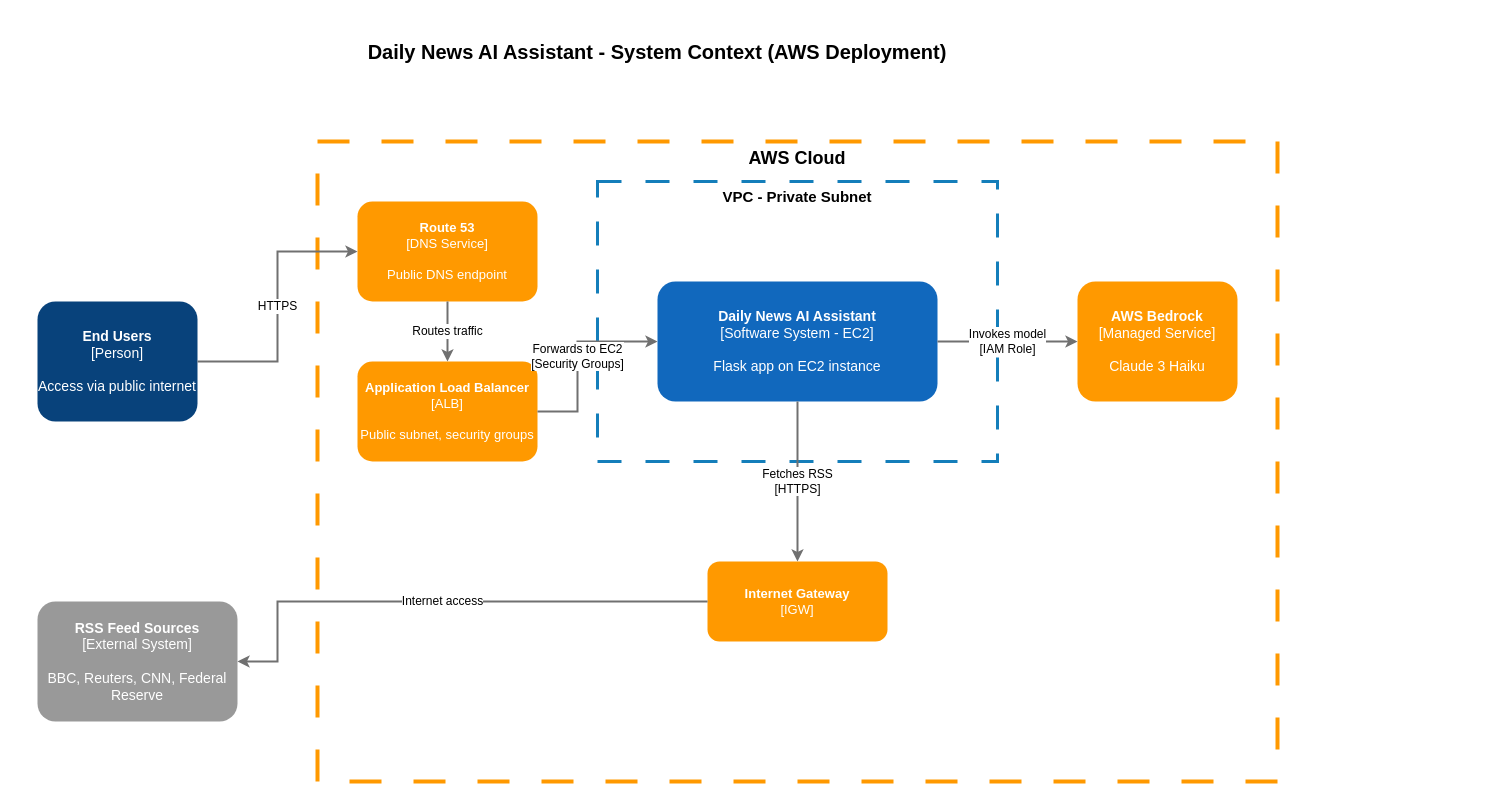
Above: c4-level1-context.drawio in tjblavakumar/RSS_Summarizer (draw.io), before the change. Source tidied: cells renumbered, new cells numbered last; positions are measured from the earlier drawing's top-left corner, leaving out a move shared by most shapes. Both pictures are drawn from the tidied source at 100%, with x=0, y=0 at pixel (37, 31).
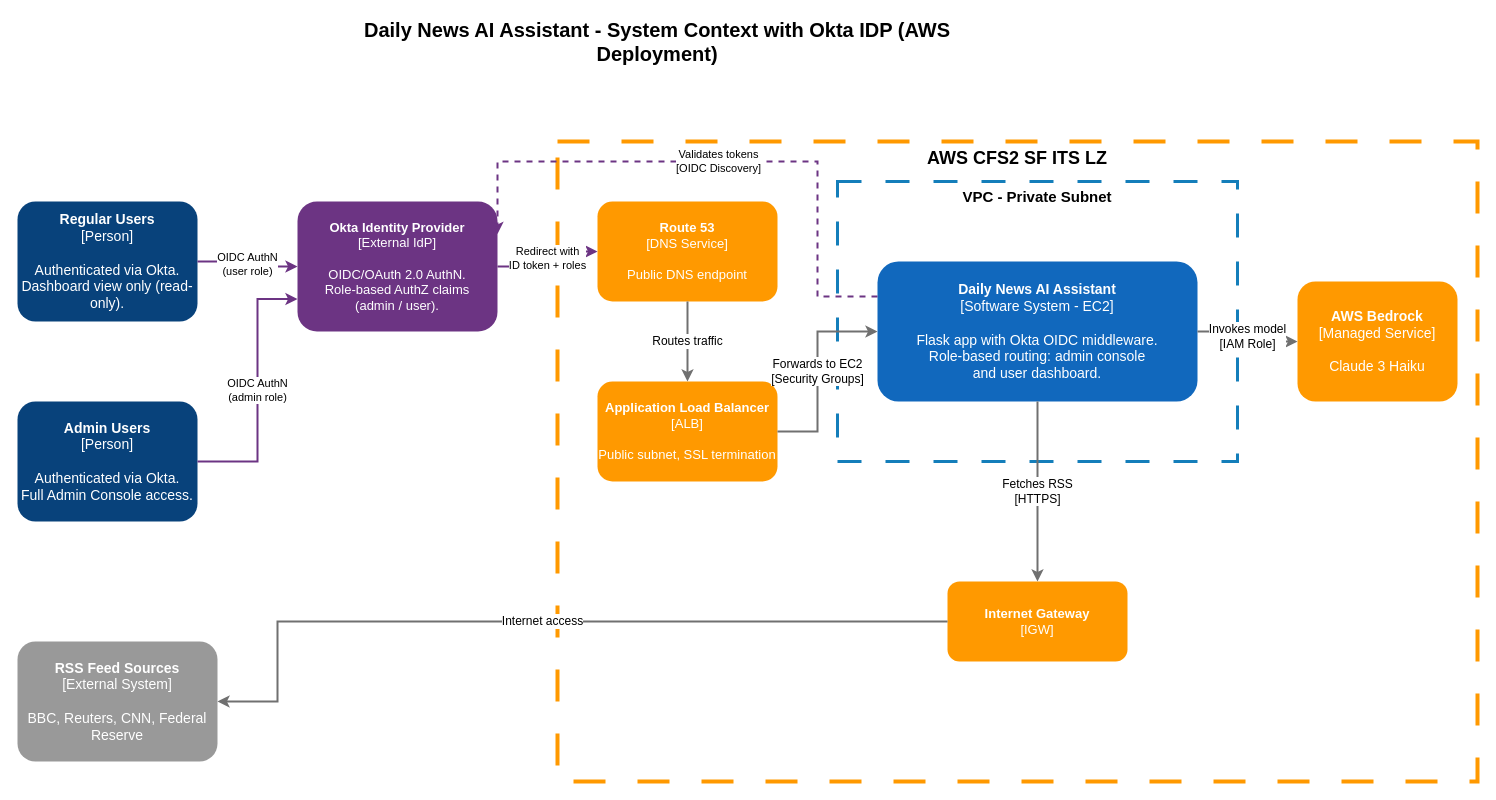
The same page after the edit.

Commit message (it also covers changes not shown here):
Update C4 diagrams with Okta IDP integration and add speaker notes

Diff of the diagram source:
```diff
@@
-    <mxCell id="2" value="Daily News AI Assistant - System Context (AWS Deployment)" style="text;html=1;strokeColor=none;fillColor=none;align=center;verticalAlign=middle;whiteSpace=wrap;fontSize=20;fontStyle=1;" parent="1" vertex="1">
-      <mxGeometry x="320" width="600" height="40" as="geometry" />
+    <mxCell id="2" value="Daily News AI Assistant - System Context with Okta IDP (AWS Deployment)" style="text;html=1;strokeColor=none;fillColor=none;align=center;verticalAlign=middle;whiteSpace=wrap;fontSize=20;fontStyle=1;" parent="1" vertex="1">
+      <mxGeometry x="270" y="-10" width="700" height="40" as="geometry" />
     </mxCell>
-    <mxCell id="3" value="&lt;b&gt;End Users&lt;/b&gt;&lt;br&gt;[Person]&lt;br&gt;&lt;br&gt;Access via public internet" style="rounded=1;whiteSpace=wrap;html=1;fillColor=#08427B;strokeColor=none;fontColor=#FFFFFF;fontSize=14;" parent="1" vertex="1">
-      <mxGeometry y="270" width="160" height="120" as="geometry" />
-    </mxCell>
+    <mxCell id="18" value="&lt;b&gt;Regular Users&lt;/b&gt;&lt;br&gt;[Person]&lt;br&gt;&lt;br&gt;Authenticated via Okta.&lt;br&gt;Dashboard view only (read-only)." style="rounded=1;whiteSpace=wrap;html=1;fillColor=#08427B;strokeColor=none;fontColor=#FFFFFF;fontSize=14;" parent="1" vertex="1">
+      <mxGeometry x="-20" y="170" width="180" height="120" as="geometry" />
+    </mxCell>
+    <mxCell id="19" value="&lt;b&gt;Admin Users&lt;/b&gt;&lt;br&gt;[Person]&lt;br&gt;&lt;br&gt;Authenticated via Okta.&lt;br&gt;Full Admin Console access." style="rounded=1;whiteSpace=wrap;html=1;fillColor=#08427B;strokeColor=none;fontColor=#FFFFFF;fontSize=14;" parent="1" vertex="1">
+      <mxGeometry x="-20" y="370" width="180" height="120" as="geometry" />
+    </mxCell>
+    <mxCell id="20" value="&lt;b&gt;Okta Identity Provider&lt;/b&gt;&lt;br&gt;[External IdP]&lt;br&gt;&lt;br&gt;OIDC/OAuth 2.0 AuthN.&lt;br&gt;Role-based AuthZ claims&lt;br&gt;(admin / user)." style="rounded=1;whiteSpace=wrap;html=1;fillColor=#6C3483;strokeColor=none;fontColor=#FFFFFF;fontSize=13;" parent="1" vertex="1">
+      <mxGeometry x="260" y="170" width="200" height="130" as="geometry" />
+    </mxCell>
     <mxCell id="4" value="&lt;b&gt;RSS Feed Sources&lt;/b&gt;&lt;br&gt;[External System]&lt;br&gt;&lt;br&gt;BBC, Reuters, CNN, Federal Reserve" style="rounded=1;whiteSpace=wrap;html=1;fillColor=#999999;strokeColor=none;fontColor=#FFFFFF;fontSize=14;" parent="1" vertex="1">
-      <mxGeometry y="570" width="200" height="120" as="geometry" />
+      <mxGeometry x="-20" y="610" width="200" height="120" as="geometry" />
     </mxCell>
-    <mxCell id="5" value="AWS Cloud" style="rounded=0;whiteSpace=wrap;html=1;fillColor=none;strokeColor=#FF9900;strokeWidth=4;verticalAlign=top;fontSize=18;fontStyle=1;dashed=1;dashPattern=8 8;" parent="1" vertex="1">
-      <mxGeometry x="280" y="110" width="960" height="640" as="geometry" />
+    <mxCell id="5" value="AWS CFS2 SF ITS LZ" style="rounded=0;whiteSpace=wrap;html=1;fillColor=none;strokeColor=#FF9900;strokeWidth=4;verticalAlign=top;fontSize=18;fontStyle=1;dashed=1;dashPattern=8 8;" parent="1" vertex="1">
+      <mxGeometry x="520" y="110" width="920" height="640" as="geometry" />
     </mxCell>
     <mxCell id="6" value="&lt;b&gt;Route 53&lt;/b&gt;&lt;br&gt;[DNS Service]&lt;br&gt;&lt;br&gt;Public DNS endpoint" style="rounded=1;whiteSpace=wrap;html=1;fillColor=#FF9900;strokeColor=none;fontColor=#FFFFFF;fontSize=13;" parent="1" vertex="1">
-      <mxGeometry x="320" y="170" width="180" height="100" as="geometry" />
+      <mxGeometry x="560" y="170" width="180" height="100" as="geometry" />
     </mxCell>
-    <mxCell id="7" value="&lt;b&gt;Application Load Balancer&lt;/b&gt;&lt;br&gt;[ALB]&lt;br&gt;&lt;br&gt;Public subnet, security groups" style="rounded=1;whiteSpace=wrap;html=1;fillColor=#FF9900;strokeColor=none;fontColor=#FFFFFF;fontSize=13;" parent="1" vertex="1">
-      <mxGeometry x="320" y="330" width="180" height="100" as="geometry" />
+    <mxCell id="7" value="&lt;b&gt;Application Load Balancer&lt;/b&gt;&lt;br&gt;[ALB]&lt;br&gt;&lt;br&gt;Public subnet, SSL termination" style="rounded=1;whiteSpace=wrap;html=1;fillColor=#FF9900;strokeColor=none;fontColor=#FFFFFF;fontSize=13;" parent="1" vertex="1">
+      <mxGeometry x="560" y="350" width="180" height="100" as="geometry" />
     </mxCell>
     <mxCell id="8" value="VPC - Private Subnet" style="rounded=0;whiteSpace=wrap;html=1;fillColor=none;strokeColor=#147EBA;strokeWidth=3;verticalAlign=top;fontSize=15;fontStyle=1;dashed=1;dashPattern=8 8;" parent="1" vertex="1">
-      <mxGeometry x="560" y="150" width="400" height="280" as="geometry" />
+      <mxGeometry x="800" y="150" width="400" height="280" as="geometry" />
     </mxCell>
-    <mxCell id="9" value="&lt;b&gt;Daily News AI Assistant&lt;/b&gt;&lt;br&gt;[Software System - EC2]&lt;br&gt;&lt;br&gt;Flask app on EC2 instance" style="rounded=1;whiteSpace=wrap;html=1;fillColor=#1168BD;strokeColor=none;fontColor=#FFFFFF;fontSize=14;" parent="1" vertex="1">
-      <mxGeometry x="620" y="250" width="280" height="120" as="geometry" />
+    <mxCell id="9" value="&lt;b&gt;Daily News AI Assistant&lt;/b&gt;&lt;br&gt;[Software System - EC2]&lt;br&gt;&lt;br&gt;Flask app with Okta OIDC middleware.&lt;br&gt;Role-based routing: admin console&lt;br&gt;and user dashboard." style="rounded=1;whiteSpace=wrap;html=1;fillColor=#1168BD;strokeColor=none;fontColor=#FFFFFF;fontSize=14;" parent="1" vertex="1">
+      <mxGeometry x="840" y="230" width="320" height="140" as="geometry" />
     </mxCell>
     <mxCell id="10" value="&lt;b&gt;Internet Gateway&lt;/b&gt;&lt;br&gt;[IGW]" style="rounded=1;whiteSpace=wrap;html=1;fillColor=#FF9900;strokeColor=none;fontColor=#FFFFFF;fontSize=13;" parent="1" vertex="1">
-      <mxGeometry x="670" y="530" width="180" height="80" as="geometry" />
+      <mxGeometry x="910" y="550" width="180" height="80" as="geometry" />
     </mxCell>
     <mxCell id="11" value="&lt;b&gt;AWS Bedrock&lt;/b&gt;&lt;br&gt;[Managed Service]&lt;br&gt;&lt;br&gt;Claude 3 Haiku" style="rounded=1;whiteSpace=wrap;html=1;fillColor=#FF9900;strokeColor=none;fontColor=#FFFFFF;fontSize=14;" parent="1" vertex="1">
-      <mxGeometry x="1040" y="250" width="160" height="120" as="geometry" />
+      <mxGeometry x="1260" y="250" width="160" height="120" as="geometry" />
     </mxCell>
-    <mxCell id="12" value="HTTPS" style="edgeStyle=orthogonalEdgeStyle;rounded=0;jettySize=auto;html=1;exitX=1;exitY=0.5;entryX=0;entryY=0.5;fontSize=12;startArrow=none;startFill=0;endArrow=classic;endFill=1;strokeWidth=2;strokeColor=#707070;" parent="1" edge="1" source="3" target="6">
-      <mxGeometry relative="1" as="geometry">
-        <Array as="points">
-          <mxPoint x="240" y="330" />
-          <mxPoint x="240" y="220" />
-        </Array>
-      </mxGeometry>
-    </mxCell>
+    <mxCell id="21" value="OIDC AuthN&#10;(user role)" style="edgeStyle=orthogonalEdgeStyle;rounded=0;jettySize=auto;html=1;exitX=1;exitY=0.5;entryX=0;entryY=0.5;fontSize=11;startArrow=none;startFill=0;endArrow=classic;endFill=1;strokeWidth=2;strokeColor=#6C3483;" parent="1" edge="1" source="18" target="20">
+      <mxGeometry relative="1" as="geometry" />
+    </mxCell>
+    <mxCell id="22" value="OIDC AuthN&#10;(admin role)" style="edgeStyle=orthogonalEdgeStyle;rounded=0;jettySize=auto;html=1;exitX=1;exitY=0.5;entryX=0;entryY=0.75;fontSize=11;startArrow=none;startFill=0;endArrow=classic;endFill=1;strokeWidth=2;strokeColor=#6C3483;" parent="1" edge="1" source="19" target="20">
+      <mxGeometry relative="1" as="geometry">
+        <Array as="points">
+          <mxPoint x="220" y="430" />
+          <mxPoint x="220" y="268" />
+        </Array>
+      </mxGeometry>
+    </mxCell>
+    <mxCell id="23" value="Redirect with&#10;ID token + roles" style="edgeStyle=orthogonalEdgeStyle;rounded=0;jettySize=auto;html=1;exitX=1;exitY=0.5;entryX=0;entryY=0.5;fontSize=11;startArrow=none;startFill=0;endArrow=classic;endFill=1;strokeWidth=2;strokeColor=#6C3483;" parent="1" edge="1" source="20" target="6">
+      <mxGeometry relative="1" as="geometry" />
+    </mxCell>
@@
     <mxCell id="14" value="Forwards to EC2&lt;br&gt;[Security Groups]" style="edgeStyle=orthogonalEdgeStyle;rounded=0;jettySize=auto;html=1;exitX=1;exitY=0.5;entryX=0;entryY=0.5;fontSize=12;startArrow=none;startFill=0;endArrow=classic;endFill=1;strokeWidth=2;strokeColor=#707070;" parent="1" edge="1" source="7" target="9">
       <mxGeometry relative="1" as="geometry">
         <Array as="points">
-          <mxPoint x="540" y="380" />
-          <mxPoint x="540" y="310" />
+          <mxPoint x="780" y="400" />
+          <mxPoint x="780" y="300" />
         </Array>
       </mxGeometry>
     </mxCell>
@@
     <mxCell id="16" value="Fetches RSS&lt;br&gt;[HTTPS]" style="edgeStyle=orthogonalEdgeStyle;rounded=0;jettySize=auto;html=1;exitX=0.5;exitY=1;entryX=0.5;entryY=0;fontSize=12;startArrow=none;startFill=0;endArrow=classic;endFill=1;strokeWidth=2;strokeColor=#707070;" parent="1" edge="1" source="9" target="10">
-      <mxGeometry relative="1" as="geometry">
-        <Array as="points">
-          <mxPoint x="760" y="470" />
-          <mxPoint x="760" y="470" />
-        </Array>
-      </mxGeometry>
+      <mxGeometry relative="1" as="geometry" />
     </mxCell>
     <mxCell id="17" value="Internet access" style="edgeStyle=orthogonalEdgeStyle;rounded=0;jettySize=auto;html=1;exitX=0;exitY=0.5;entryX=1;entryY=0.5;fontSize=12;startArrow=none;startFill=0;endArrow=classic;endFill=1;strokeWidth=2;strokeColor=#707070;" parent="1" edge="1" source="10" target="4">
       <mxGeometry relative="1" as="geometry">
         <Array as="points">
-          <mxPoint x="240" y="570" />
-          <mxPoint x="240" y="630" />
+          <mxPoint x="240" y="590" />
+          <mxPoint x="240" y="670" />
         </Array>
       </mxGeometry>
     </mxCell>
+    <mxCell id="24" value="Validates tokens&lt;br&gt;[OIDC Discovery]" style="edgeStyle=orthogonalEdgeStyle;rounded=0;jettySize=auto;html=1;exitX=0;exitY=0.25;entryX=1;entryY=0.25;fontSize=11;startArrow=none;startFill=0;endArrow=classic;endFill=1;strokeWidth=2;strokeColor=#6C3483;dashed=1;" parent="1" edge="1" source="9" target="20">
+      <mxGeometry relative="1" as="geometry">
+        <Array as="points">
+          <mxPoint x="780" y="265" />
+          <mxPoint x="780" y="130" />
+          <mxPoint x="460" y="130" />
+          <mxPoint x="460" y="203" />
+        </Array>
+      </mxGeometry>
+    </mxCell>
```
